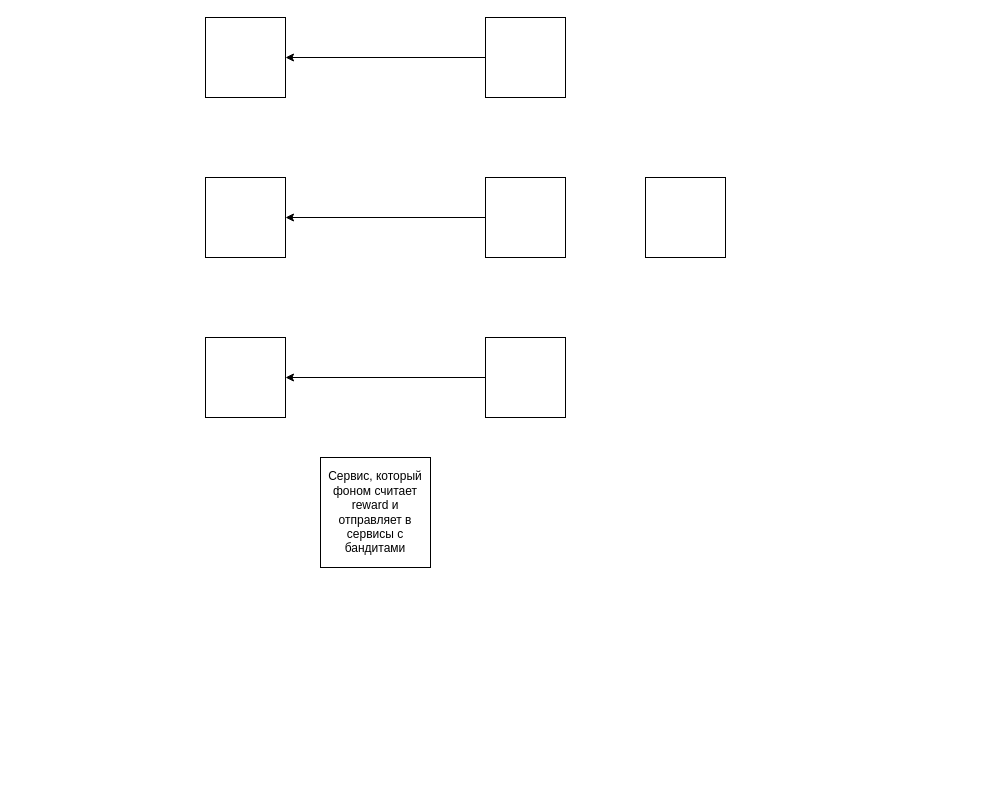
ArlanovCsb/responsive_menu keeps this draw.io diagram as тест в феврале.drawio. Above is the earlier version. Source tidied: cells renumbered, new cells numbered last; positions are measured from the earlier drawing's top-left corner, leaving out a move shared by most shapes. Both pictures are drawn from the tidied source at 100%, with x=0, y=0 at pixel (205, 17).
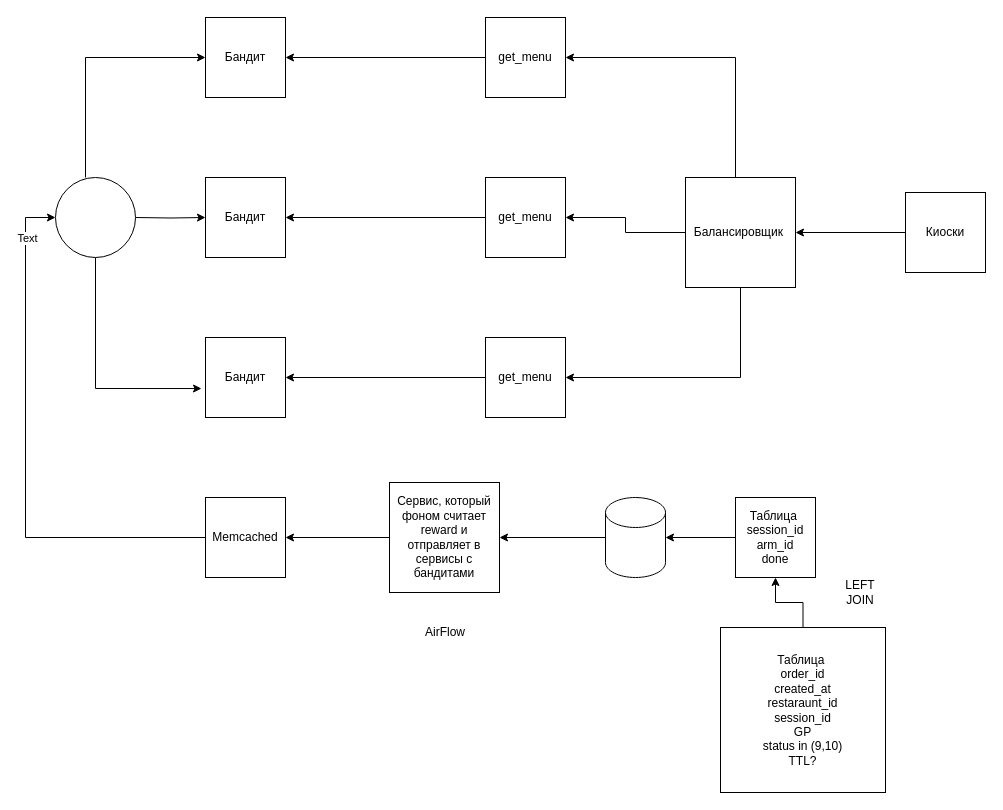
The same page after the edit.

Diff of the diagram source:
```diff
@@
-    <mxCell id="3" style="whiteSpace=wrap;html=1;" parent="1" vertex="1">
+    <mxCell id="3" value="get_menu" style="whiteSpace=wrap;html=1;" parent="1" vertex="1">
       <mxGeometry x="280" width="80" height="80" as="geometry" />
     </mxCell>
@@
-    <mxCell id="5" style="whiteSpace=wrap;html=1;" parent="1" vertex="1">
+    <mxCell id="5" value="get_menu" style="whiteSpace=wrap;html=1;" parent="1" vertex="1">
       <mxGeometry x="280" y="160" width="80" height="80" as="geometry" />
     </mxCell>
@@
-    <mxCell id="7" style="whiteSpace=wrap;html=1;" parent="1" vertex="1">
+    <mxCell id="7" value="get_menu" style="whiteSpace=wrap;html=1;" parent="1" vertex="1">
       <mxGeometry x="280" y="320" width="80" height="80" as="geometry" />
     </mxCell>
+    <mxCell id="13" style="edgeStyle=orthogonalEdgeStyle;rounded=0;jettySize=auto;html=1;entryX=1;entryY=0.5;entryDx=0;entryDy=0;" parent="1" edge="1" source="8" target="3">
+      <mxGeometry relative="1" as="geometry">
+        <Array as="points">
+          <mxPoint x="530" y="40" />
+        </Array>
+      </mxGeometry>
+    </mxCell>
+    <mxCell id="14" style="edgeStyle=orthogonalEdgeStyle;rounded=0;jettySize=auto;html=1;" parent="1" edge="1" source="8" target="5">
+      <mxGeometry relative="1" as="geometry" />
+    </mxCell>
+    <mxCell id="15" style="edgeStyle=orthogonalEdgeStyle;rounded=0;jettySize=auto;html=1;entryX=1;entryY=0.5;entryDx=0;entryDy=0;" parent="1" edge="1" source="8" target="7">
+      <mxGeometry relative="1" as="geometry">
+        <Array as="points">
+          <mxPoint x="535" y="360" />
+        </Array>
+      </mxGeometry>
+    </mxCell>
-    <mxCell id="8" style="whiteSpace=wrap;html=1;" parent="1" vertex="1">
-      <mxGeometry x="440" y="160" width="80" height="80" as="geometry" />
+    <mxCell id="8" value="Балансировщик&amp;nbsp;" style="whiteSpace=wrap;html=1;" parent="1" vertex="1">
+      <mxGeometry x="480" y="160" width="110" height="110" as="geometry" />
     </mxCell>
-    <mxCell id="9" style="whiteSpace=wrap;html=1;" parent="1" vertex="1">
+    <mxCell id="9" value="Бандит" style="whiteSpace=wrap;html=1;" parent="1" vertex="1">
       <mxGeometry width="80" height="80" as="geometry" />
     </mxCell>
-    <mxCell id="10" style="whiteSpace=wrap;html=1;" parent="1" vertex="1">
+    <mxCell id="10" value="Бандит" style="whiteSpace=wrap;html=1;" parent="1" vertex="1">
       <mxGeometry y="160" width="80" height="80" as="geometry" />
     </mxCell>
-    <mxCell id="11" style="whiteSpace=wrap;html=1;" parent="1" vertex="1">
+    <mxCell id="11" value="Бандит" style="whiteSpace=wrap;html=1;" parent="1" vertex="1">
       <mxGeometry y="320" width="80" height="80" as="geometry" />
     </mxCell>
+    <mxCell id="16" style="edgeStyle=orthogonalEdgeStyle;rounded=0;jettySize=auto;html=1;" parent="1" edge="1" source="12" target="19">
+      <mxGeometry relative="1" as="geometry" />
+    </mxCell>
     <mxCell id="12" value="Сервис, который фоном считает reward и отправляет в сервисы с бандитами" style="whiteSpace=wrap;html=1;" parent="1" vertex="1">
-      <mxGeometry x="115" y="440" width="110" height="110" as="geometry" />
+      <mxGeometry x="184" y="465" width="110" height="110" as="geometry" />
     </mxCell>
+    <mxCell id="17" style="edgeStyle=orthogonalEdgeStyle;rounded=0;jettySize=auto;html=1;entryX=0;entryY=0.5;entryDx=0;entryDy=0;" parent="1" edge="1" source="19">
+      <mxGeometry relative="1" as="geometry">
+        <mxPoint x="-150" y="200" as="targetPoint" />
+        <Array as="points">
+          <mxPoint x="-180" y="520" />
+          <mxPoint x="-180" y="200" />
+        </Array>
+      </mxGeometry>
+    </mxCell>
+    <mxCell id="18" value="Text" style="edgeLabel;html=1;align=center;verticalAlign=middle;" parent="17" vertex="1">
+      <mxGeometry x="0.81" y="-1" relative="1" as="geometry" />
+    </mxCell>
+    <mxCell id="19" value="Memcached" style="whiteSpace=wrap;html=1;" parent="1" vertex="1">
+      <mxGeometry y="480" width="80" height="80" as="geometry" />
+    </mxCell>
+    <mxCell id="20" style="edgeStyle=orthogonalEdgeStyle;rounded=0;jettySize=auto;html=1;entryX=1;entryY=0.5;entryDx=0;entryDy=0;" parent="1" edge="1" source="21" target="12">
+      <mxGeometry relative="1" as="geometry" />
+    </mxCell>
+    <mxCell id="21" style="shape=cylinder3;whiteSpace=wrap;html=1;boundedLbl=1;backgroundOutline=1;size=15;" parent="1" vertex="1">
+      <mxGeometry x="400" y="480" width="60" height="80" as="geometry" />
+    </mxCell>
+    <mxCell id="22" value="Таблица&amp;nbsp;&lt;br&gt;session_id&lt;br&gt;arm_id&lt;br&gt;done" style="whiteSpace=wrap;html=1;" parent="1" vertex="1">
+      <mxGeometry x="530" y="480" width="80" height="80" as="geometry" />
+    </mxCell>
+    <mxCell id="23" style="edgeStyle=orthogonalEdgeStyle;rounded=0;jettySize=auto;html=1;" parent="1" edge="1" source="24" target="22">
+      <mxGeometry relative="1" as="geometry" />
+    </mxCell>
+    <mxCell id="24" value="Таблица&amp;nbsp;&lt;br&gt;order_id&lt;br&gt;created_at&lt;br&gt;restaraunt_id&lt;br&gt;session_id&lt;br&gt;GP&lt;br&gt;status in (9,10)&lt;br&gt;TTL?" style="whiteSpace=wrap;html=1;" parent="1" vertex="1">
+      <mxGeometry x="515" y="610" width="165" height="165" as="geometry" />
+    </mxCell>
+    <mxCell id="25" value="LEFT JOIN" style="text;html=1;align=center;verticalAlign=middle;whiteSpace=wrap;rounded=0;" parent="1" vertex="1">
+      <mxGeometry x="625" y="560" width="60" height="30" as="geometry" />
+    </mxCell>
+    <mxCell id="26" style="edgeStyle=orthogonalEdgeStyle;rounded=0;jettySize=auto;html=1;entryX=1;entryY=0.5;entryDx=0;entryDy=0;entryPerimeter=0;" parent="1" edge="1" source="22" target="21">
+      <mxGeometry relative="1" as="geometry" />
+    </mxCell>
+    <mxCell id="27" style="edgeStyle=orthogonalEdgeStyle;rounded=0;jettySize=auto;html=1;entryX=0;entryY=0.5;entryDx=0;entryDy=0;" parent="1" edge="1" target="9">
+      <mxGeometry relative="1" as="geometry">
+        <mxPoint x="-120" y="160" as="sourcePoint" />
+        <Array as="points">
+          <mxPoint x="-120" y="40" />
+        </Array>
+      </mxGeometry>
+    </mxCell>
+    <mxCell id="28" style="edgeStyle=orthogonalEdgeStyle;rounded=0;jettySize=auto;html=1;" parent="1" edge="1" target="10">
+      <mxGeometry relative="1" as="geometry">
+        <mxPoint x="-70" y="200" as="sourcePoint" />
+      </mxGeometry>
+    </mxCell>
+    <mxCell id="29" style="ellipse;whiteSpace=wrap;html=1;" parent="1" vertex="1">
+      <mxGeometry x="-150" y="160" width="80" height="80" as="geometry" />
+    </mxCell>
+    <mxCell id="30" style="edgeStyle=orthogonalEdgeStyle;rounded=0;jettySize=auto;html=1;entryX=-0.05;entryY=0.638;entryDx=0;entryDy=0;entryPerimeter=0;" parent="1" edge="1" source="29" target="11">
+      <mxGeometry relative="1" as="geometry">
+        <Array as="points">
+          <mxPoint x="-110" y="371" />
+        </Array>
+      </mxGeometry>
+    </mxCell>
+    <mxCell id="31" style="edgeStyle=orthogonalEdgeStyle;rounded=0;jettySize=auto;html=1;entryX=1;entryY=0.5;entryDx=0;entryDy=0;" parent="1" edge="1" source="32" target="8">
+      <mxGeometry relative="1" as="geometry" />
+    </mxCell>
+    <mxCell id="32" value="Киоски" style="whiteSpace=wrap;html=1;" parent="1" vertex="1">
+      <mxGeometry x="700" y="175" width="80" height="80" as="geometry" />
+    </mxCell>
+    <mxCell id="33" value="AirFlow" style="text;html=1;align=center;verticalAlign=middle;whiteSpace=wrap;rounded=0;" parent="1" vertex="1">
+      <mxGeometry x="210" y="600" width="60" height="30" as="geometry" />
+    </mxCell>
```
